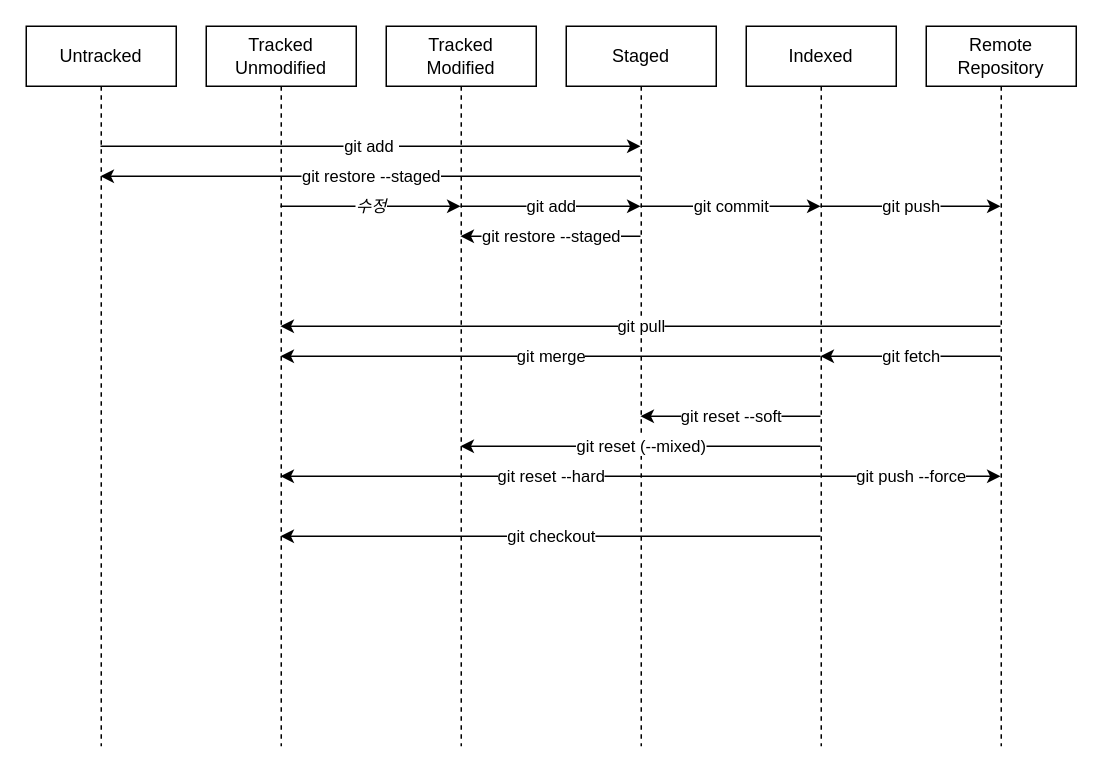
The draw.io diagram 2023010701/gitdiagram.drawio in junhg0211/practice, before the edit. Source tidied: cells renumbered, new cells numbered last; positions are measured from the earlier drawing's top-left corner, leaving out a move shared by most shapes. Both pictures are drawn from the tidied source at 150%, with x=0, y=0 at pixel (26, 26).
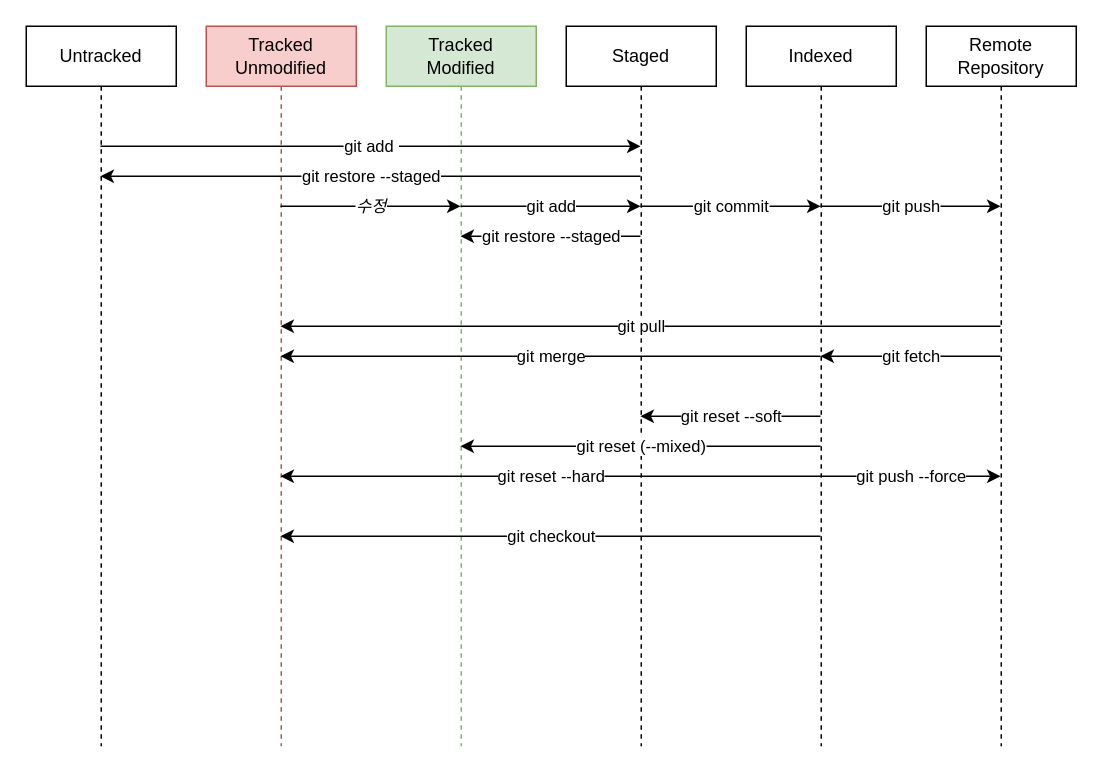
Above is the later version.

Commit message:
gitdiagram.drawio を更新します

What changed in the source:
```diff
@@
-    <mxCell id="4" value="Tracked&lt;br&gt;Unmodified" style="shape=umlLifeline;perimeter=lifelinePerimeter;whiteSpace=wrap;html=1;outlineConnect=0;" parent="1" vertex="1">
+    <mxCell id="4" value="Tracked&lt;br&gt;Unmodified" style="shape=umlLifeline;perimeter=lifelinePerimeter;whiteSpace=wrap;html=1;outlineConnect=0;fillColor=#f8cecc;strokeColor=#b85450;" parent="1" vertex="1">
       <mxGeometry x="120" width="100" height="480" as="geometry" />
     </mxCell>
-    <mxCell id="5" value="Tracked&lt;br&gt;Modified" style="shape=umlLifeline;perimeter=lifelinePerimeter;whiteSpace=wrap;html=1;outlineConnect=0;" parent="1" vertex="1">
+    <mxCell id="5" value="Tracked&lt;br&gt;Modified" style="shape=umlLifeline;perimeter=lifelinePerimeter;whiteSpace=wrap;html=1;outlineConnect=0;fillColor=#d5e8d4;strokeColor=#82b366;" parent="1" vertex="1">
       <mxGeometry x="240" width="100" height="480" as="geometry" />
     </mxCell>
```
